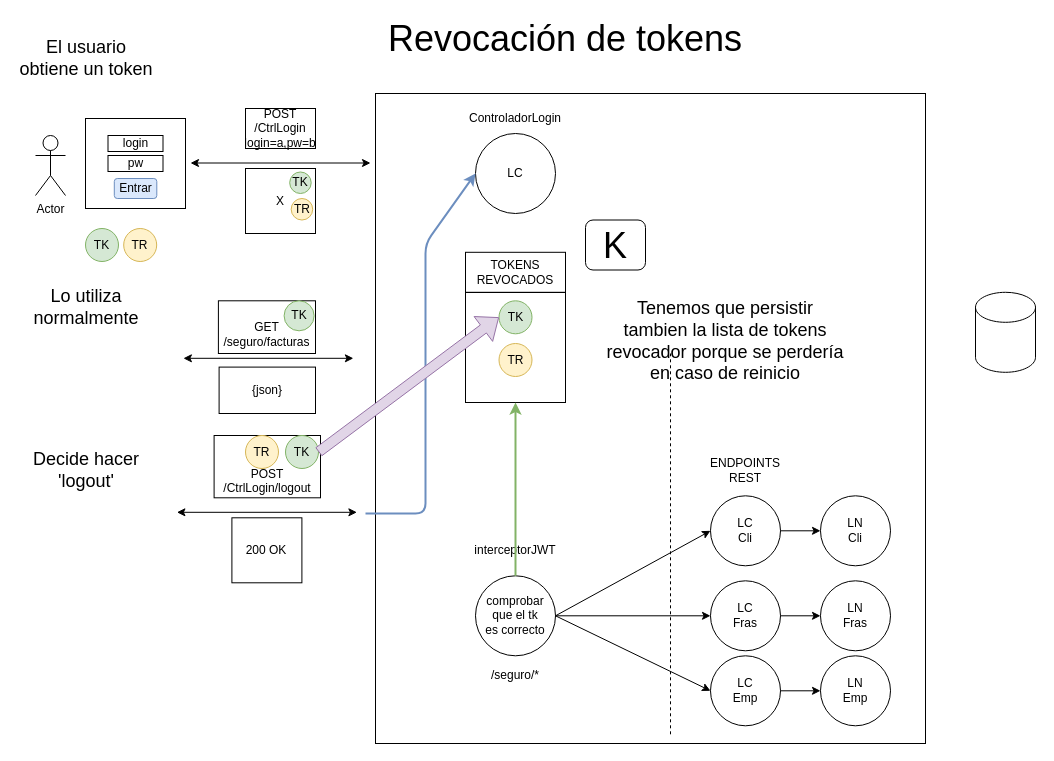
Before: page "Página-19" (10 of 28) of seguridad.drawio in lrag/seguridad_java, a draw.io diagram. Source tidied: cells renumbered, new cells numbered last; positions are measured from the earlier drawing's top-left corner, leaving out a move shared by most shapes. Both pictures are drawn from the tidied source at 100%, with x=0, y=0 at pixel (16, 23).
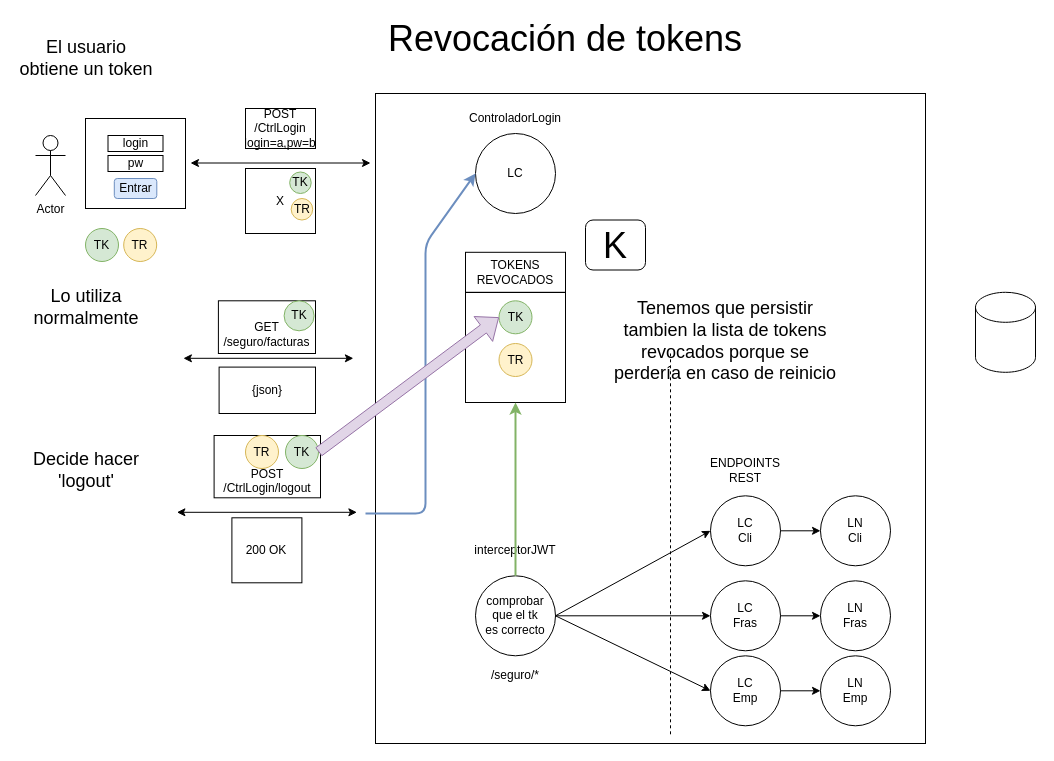
Above is the later version.

The edit, as a diff of the source:
```diff
@@
-    <mxCell id="55" value="Tenemos que persistir tambien la lista de tokens revocador porque se perdería en caso de reinicio" style="text;html=1;strokeColor=none;fillColor=none;align=center;verticalAlign=middle;whiteSpace=wrap;rounded=0;fontSize=18;" parent="1" vertex="1">
+    <mxCell id="55" value="Tenemos que persistir tambien la lista de tokens revocados porque se perdería en caso de reinicio" style="text;html=1;strokeColor=none;fillColor=none;align=center;verticalAlign=middle;whiteSpace=wrap;rounded=0;fontSize=18;" parent="1" vertex="1">
       <mxGeometry x="589" y="256" width="240" height="123" as="geometry" />
     </mxCell>
```
